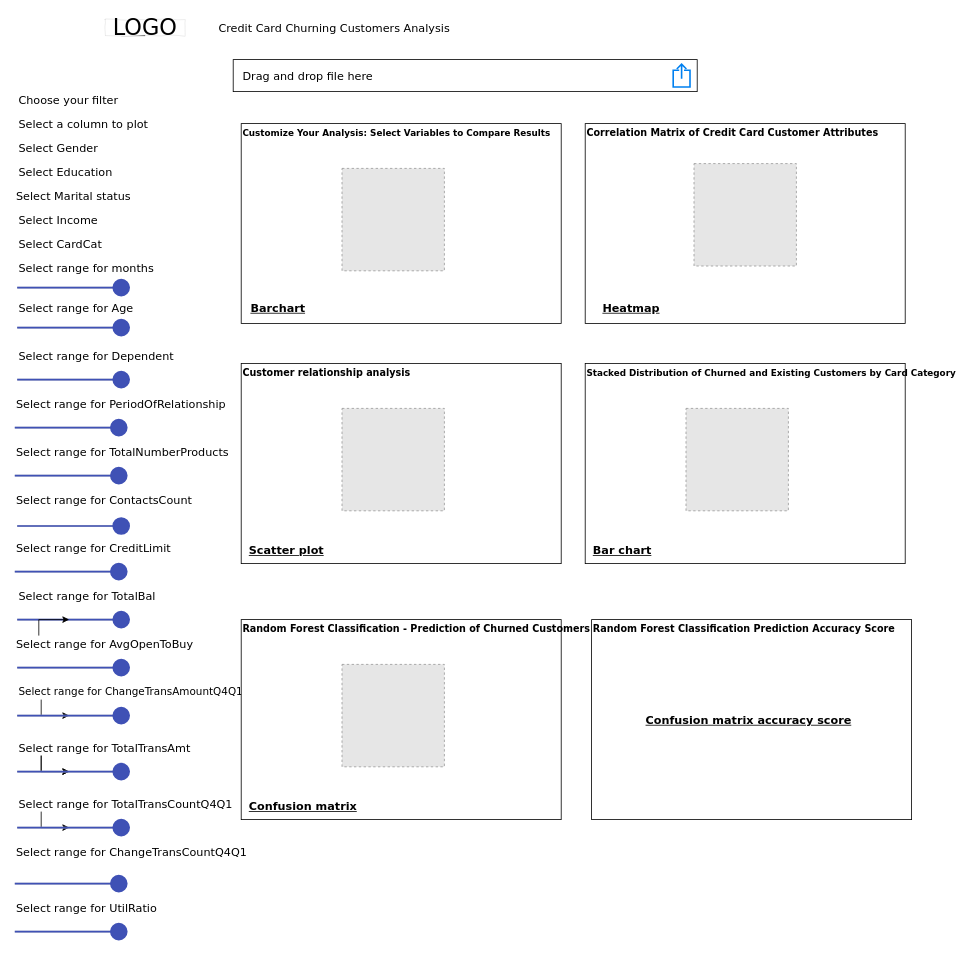
Before: Untitled Diagram.drawio in anag23039/BigData-DV, a draw.io diagram. Source tidied: cells renumbered, new cells numbered last; positions are measured from the earlier drawing's top-left corner, leaving out a move shared by most shapes. Both pictures are drawn from the tidied source at 80%, with x=0, y=0 at pixel (14, 19). Pictures stored in the file or linked from it are replaced by grey dashed boxes.
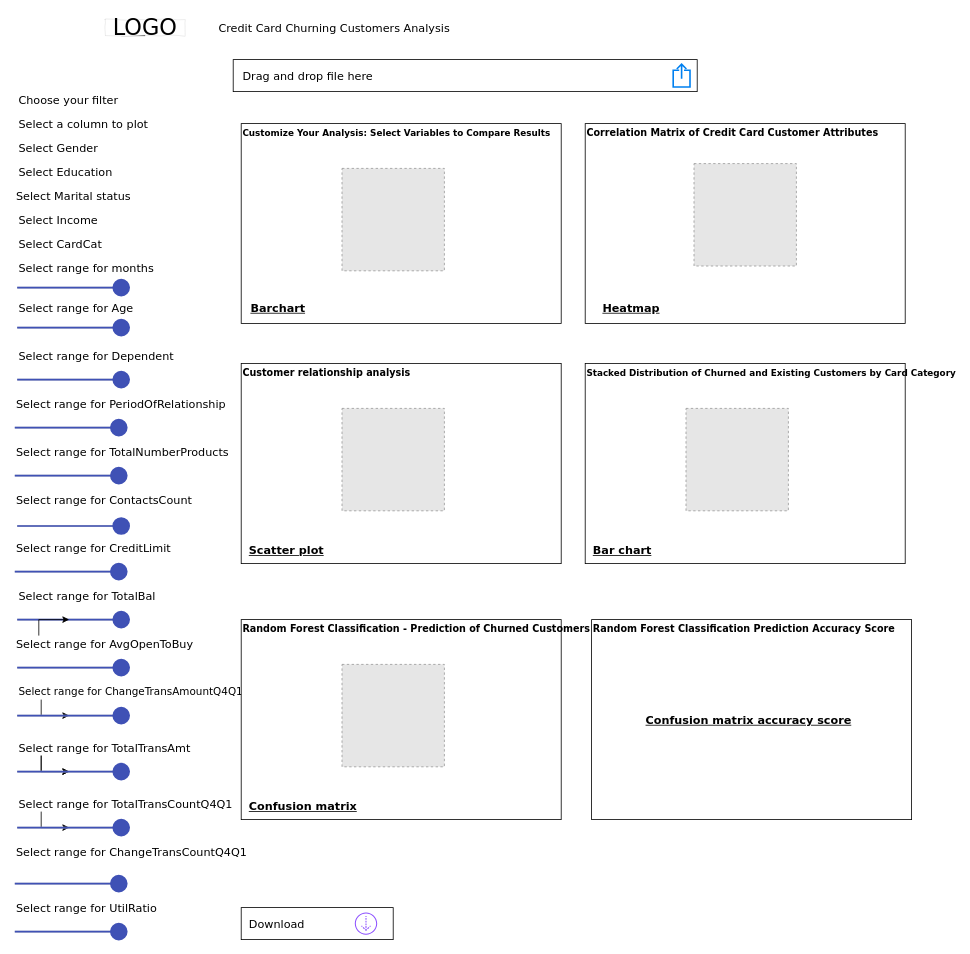
The same page after the edit.

Diff of the diagram source:
```diff
@@
+    <mxCell id="71" style="rounded=0;whiteSpace=wrap;html=1;" parent="1" vertex="1">
+      <mxGeometry x="283" y="1110" width="190" height="40" as="geometry" />
+    </mxCell>
+    <mxCell id="72" value="Download" style="text;html=1;align=left;verticalAlign=top;spacingTop=-4;fontSize=14;fontFamily=Verdana;" parent="1" vertex="1">
+      <mxGeometry x="291" y="1120" width="60" height="20" as="geometry" />
+    </mxCell>
+    <mxCell id="73" style="sketch=0;fontColor=#232F3E;gradientColor=none;fillColor=#8C4FFF;strokeColor=none;dashed=0;verticalLabelPosition=bottom;verticalAlign=top;align=center;html=1;fontSize=12;fontStyle=0;shape=mxgraph.aws4.download_distribution;" parent="1" vertex="1">
+      <mxGeometry x="425" y="1116" width="28" height="28" as="geometry" />
+    </mxCell>
```
